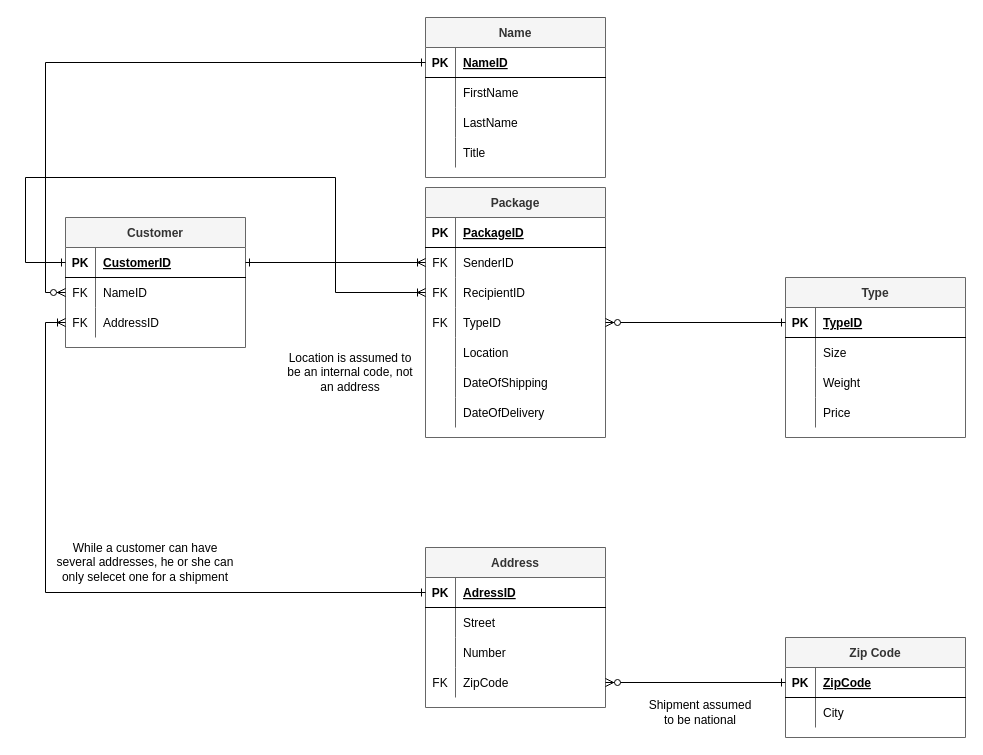
The draw.io diagram page "Step-4" (4 of 5) of MailDeliveryServices.drawio in 20180912/CFLMS-Mark-CodeReview-09, before the edit. Source tidied: cells renumbered, new cells numbered last; positions are measured from the earlier drawing's top-left corner, leaving out a move shared by most shapes. Both pictures are drawn from the tidied source at 100%, with x=0, y=0 at pixel (25, 17).
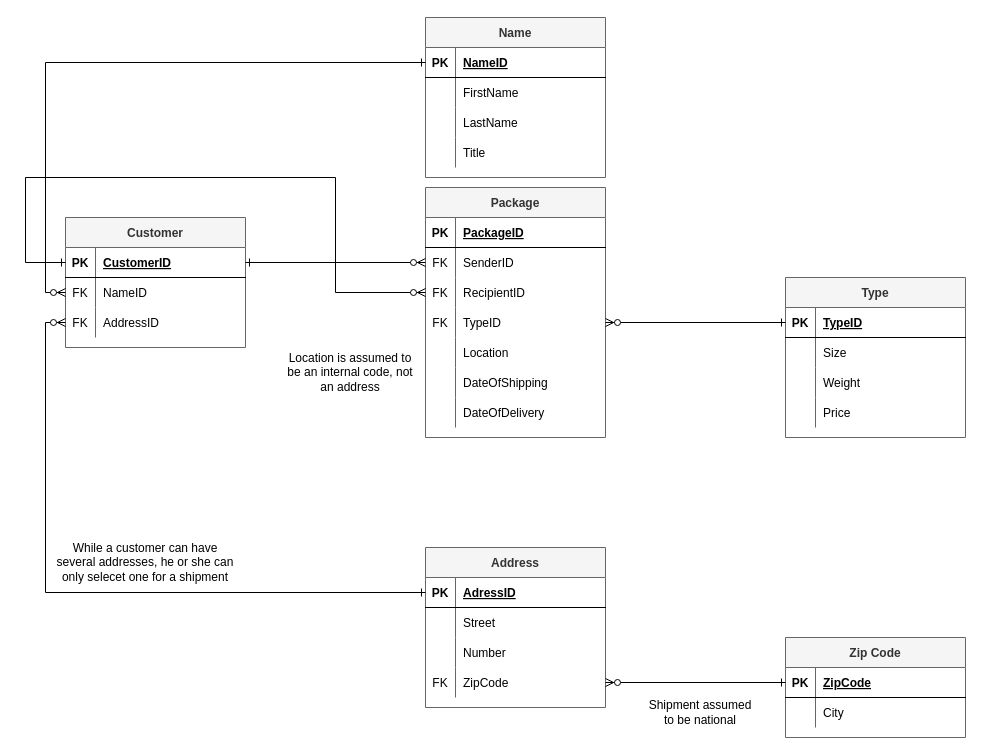
Above is the later version.

The change refers to these unchanged cells:
```xml
<mxCell id="6" style="shape=partialRectangle;fillColor=none;top=0;left=0;bottom=0;right=0;points=[[0,0.5],[1,0.5]];portConstraint=eastwest;" parent="2" vertex="1">
  <mxGeometry y="60" width="180" height="30" as="geometry" />
</mxCell>
<mxCell id="9" style="shape=partialRectangle;fillColor=none;top=0;left=0;bottom=0;right=0;points=[[0,0.5],[1,0.5]];portConstraint=eastwest;" parent="2" vertex="1">
  <mxGeometry y="90" width="180" height="30" as="geometry" />
</mxCell>
<mxCell id="25" style="shape=partialRectangle;fillColor=none;top=0;left=0;bottom=1;right=0;points=[[0,0.5],[1,0.5]];portConstraint=eastwest;" parent="24" vertex="1">
  <mxGeometry y="30" width="180" height="30" as="geometry" />
</mxCell>
<mxCell id="31" style="shape=partialRectangle;fillColor=none;top=0;left=0;bottom=0;right=0;points=[[0,0.5],[1,0.5]];portConstraint=eastwest;" parent="24" vertex="1">
  <mxGeometry y="90" width="180" height="30" as="geometry" />
</mxCell>
<mxCell id="37" style="shape=partialRectangle;fillColor=none;top=0;left=0;bottom=1;right=0;points=[[0,0.5],[1,0.5]];portConstraint=eastwest;" parent="36" vertex="1">
  <mxGeometry y="30" width="180" height="30" as="geometry" />
</mxCell>
```

What changed in the source:
```diff
@@
-    <mxCell id="34" style="edgeStyle=orthogonalEdgeStyle;rounded=0;jettySize=auto;html=1;exitX=1;exitY=0.5;exitDx=0;exitDy=0;entryX=0;entryY=0.5;entryDx=0;entryDy=0;startArrow=ERone;startFill=0;endArrow=ERoneToMany;endFill=0;" parent="1" edge="1" source="25" target="6">
+    <mxCell id="34" style="edgeStyle=orthogonalEdgeStyle;rounded=0;jettySize=auto;html=1;exitX=1;exitY=0.5;exitDx=0;exitDy=0;entryX=0;entryY=0.5;entryDx=0;entryDy=0;startArrow=ERone;startFill=0;endArrow=ERzeroToMany;endFill=1;" parent="1" edge="1" source="25" target="6">
       <mxGeometry relative="1" as="geometry" />
     </mxCell>
-    <mxCell id="35" style="edgeStyle=orthogonalEdgeStyle;rounded=0;jettySize=auto;html=1;exitX=0;exitY=0.5;exitDx=0;exitDy=0;entryX=0;entryY=0.5;entryDx=0;entryDy=0;startArrow=ERoneToMany;startFill=0;endArrow=ERone;endFill=0;" parent="1" edge="1" source="9" target="25">
+    <mxCell id="35" style="edgeStyle=orthogonalEdgeStyle;rounded=0;jettySize=auto;html=1;exitX=0;exitY=0.5;exitDx=0;exitDy=0;entryX=0;entryY=0.5;entryDx=0;entryDy=0;startArrow=ERzeroToMany;startFill=1;endArrow=ERone;endFill=0;" parent="1" edge="1" source="9" target="25">
       <mxGeometry relative="1" as="geometry">
         <Array as="points">
           <mxPoint x="310" y="275" />
           <mxPoint x="310" y="160" />
           <mxPoint y="160" />
           <mxPoint y="245" />
         </Array>
       </mxGeometry>
     </mxCell>
@@
-    <mxCell id="49" style="edgeStyle=orthogonalEdgeStyle;rounded=0;jettySize=auto;html=1;exitX=0;exitY=0.5;exitDx=0;exitDy=0;entryX=0;entryY=0.5;entryDx=0;entryDy=0;startArrow=ERoneToMany;startFill=0;endArrow=ERone;endFill=0;" parent="1" edge="1" source="31" target="37">
+    <mxCell id="49" style="edgeStyle=orthogonalEdgeStyle;rounded=0;jettySize=auto;html=1;exitX=0;exitY=0.5;exitDx=0;exitDy=0;entryX=0;entryY=0.5;entryDx=0;entryDy=0;startArrow=ERzeroToMany;startFill=1;endArrow=ERone;endFill=0;" parent="1" edge="1" source="31" target="37">
       <mxGeometry relative="1" as="geometry" />
     </mxCell>
```
